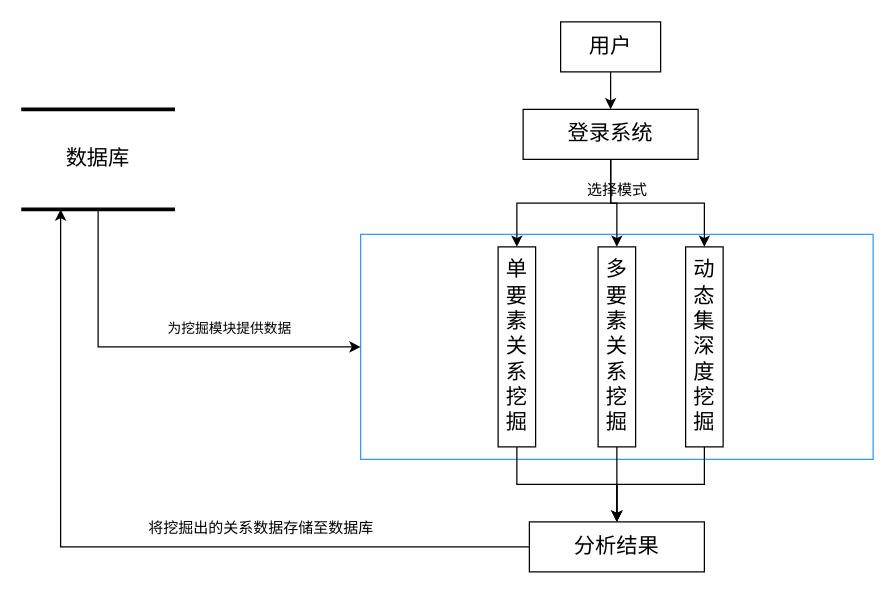
lovefxyo/drawio keeps this draw.io diagram as pic2.drawio. Above is the earlier version. Source tidied: cells renumbered, new cells numbered last; positions are measured from the earlier drawing's top-left corner, leaving out a move shared by most shapes. Both pictures are drawn from the tidied source at 125%, with x=0, y=0 at pixel (22, 21).
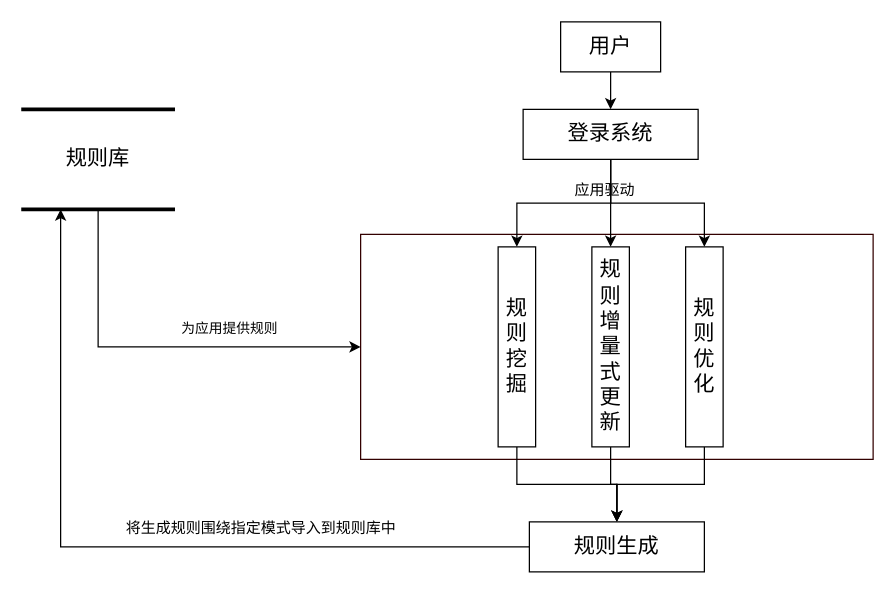
After the change.

The change refers to these unchanged cells:
```xml
<mxCell id="16" value="登录系统" style="rounded=0;whiteSpace=wrap;html=1;strokeColor=#000000;strokeWidth=1;fontSize=17;" parent="1" vertex="1">
  <mxGeometry x="400" y="70" width="140" height="40" as="geometry" />
</mxCell>
```

The edit, as a diff of the source:
```diff
@@
-    <mxCell id="2" style="rounded=0;whiteSpace=wrap;html=1;strokeWidth=1;strokeColor=#3399FF;" parent="1" vertex="1">
+    <mxCell id="2" style="rounded=0;whiteSpace=wrap;html=1;strokeWidth=1;strokeColor=#330000;" parent="1" vertex="1">
       <mxGeometry x="270" y="170" width="410" height="180" as="geometry" />
     </mxCell>
@@
-    <mxCell id="4" value="&lt;font style=&quot;font-size: 17px;&quot;&gt;数据库&lt;/font&gt;" style="shape=partialRectangle;whiteSpace=wrap;html=1;left=0;right=0;fillColor=none;strokeWidth=3;" parent="1" vertex="1">
+    <mxCell id="4" value="&lt;font style=&quot;font-size: 17px;&quot;&gt;规则库&lt;/font&gt;" style="shape=partialRectangle;whiteSpace=wrap;html=1;left=0;right=0;fillColor=none;strokeWidth=3;" parent="1" vertex="1">
       <mxGeometry y="70" width="120" height="80" as="geometry" />
     </mxCell>
@@
-    <mxCell id="6" value="单要素关系挖掘" style="rounded=0;whiteSpace=wrap;html=1;strokeColor=#000000;strokeWidth=1;fontSize=17;" parent="1" vertex="1">
+    <mxCell id="6" value="规则挖掘" style="rounded=0;whiteSpace=wrap;html=1;strokeColor=#000000;strokeWidth=1;fontSize=17;" parent="1" vertex="1">
       <mxGeometry x="380" y="180" width="30" height="160" as="geometry" />
     </mxCell>
@@
-    <mxCell id="8" value="多要素关系挖掘" style="rounded=0;whiteSpace=wrap;html=1;strokeColor=#000000;strokeWidth=1;fontSize=17;" parent="1" vertex="1">
-      <mxGeometry x="460" y="180" width="30" height="160" as="geometry" />
+    <mxCell id="8" value="规则增量式更新" style="rounded=0;whiteSpace=wrap;html=1;strokeColor=#000000;strokeWidth=1;fontSize=17;" parent="1" vertex="1">
+      <mxGeometry x="455" y="180" width="30" height="160" as="geometry" />
     </mxCell>
@@
-    <mxCell id="10" value="动态集深度挖掘" style="rounded=0;whiteSpace=wrap;html=1;strokeColor=#000000;strokeWidth=1;fontSize=17;" parent="1" vertex="1">
+    <mxCell id="10" value="规则优化" style="rounded=0;whiteSpace=wrap;html=1;strokeColor=#000000;strokeWidth=1;fontSize=17;" parent="1" vertex="1">
       <mxGeometry x="530" y="180" width="30" height="160" as="geometry" />
     </mxCell>
@@
     <mxCell id="13" style="edgeStyle=orthogonalEdgeStyle;rounded=0;jettySize=auto;html=1;entryX=0.5;entryY=0;entryDx=0;entryDy=0;" parent="1" edge="1" source="16" target="8">
-      <mxGeometry relative="1" as="geometry" />
+      <mxGeometry relative="1" as="geometry">
+        <Array as="points">
+          <mxPoint x="470" y="180" />
+        </Array>
+      </mxGeometry>
     </mxCell>
@@
-    <mxCell id="17" value="选择模式" style="text;html=1;align=center;verticalAlign=middle;strokeColor=none;fillColor=none;" parent="1" vertex="1">
-      <mxGeometry x="440" y="120" width="70" height="30" as="geometry" />
+    <mxCell id="17" value="应用驱动" style="text;html=1;align=center;verticalAlign=middle;strokeColor=none;fillColor=none;" parent="1" vertex="1">
+      <mxGeometry x="430" y="120" width="70" height="30" as="geometry" />
     </mxCell>
@@
-    <mxCell id="19" value="分析结果" style="rounded=0;whiteSpace=wrap;html=1;strokeColor=#000000;strokeWidth=1;fontSize=17;" parent="1" vertex="1">
+    <mxCell id="19" value="规则生成" style="rounded=0;whiteSpace=wrap;html=1;strokeColor=#000000;strokeWidth=1;fontSize=17;" parent="1" vertex="1">
       <mxGeometry x="405" y="400" width="140" height="40" as="geometry" />
     </mxCell>
-    <mxCell id="20" value="&lt;span style=&quot;font-size: 11px; background-color: rgb(255, 255, 255);&quot;&gt;为挖掘模块提供数据&lt;/span&gt;" style="text;html=1;align=center;verticalAlign=middle;strokeColor=none;fillColor=none;" parent="1" vertex="1">
-      <mxGeometry x="100" y="230" width="130" height="30" as="geometry" />
+    <mxCell id="20" value="&lt;span style=&quot;font-size: 11px; background-color: rgb(255, 255, 255);&quot;&gt;为应用提供规则&lt;/span&gt;" style="text;html=1;align=center;verticalAlign=middle;strokeColor=none;fillColor=none;" parent="1" vertex="1">
+      <mxGeometry x="110" y="230" width="110" height="30" as="geometry" />
     </mxCell>
-    <mxCell id="21" value="将挖掘出的关系数据存储至数据库" style="text;html=1;align=center;verticalAlign=middle;strokeColor=none;fillColor=none;" parent="1" vertex="1">
-      <mxGeometry x="90" y="390" width="200" height="30" as="geometry" />
+    <mxCell id="21" value="将生成规则围绕指定模式导入到规则库中" style="text;html=1;align=center;verticalAlign=middle;strokeColor=none;fillColor=none;" parent="1" vertex="1">
+      <mxGeometry x="70" y="390" width="240" height="30" as="geometry" />
     </mxCell>
```
